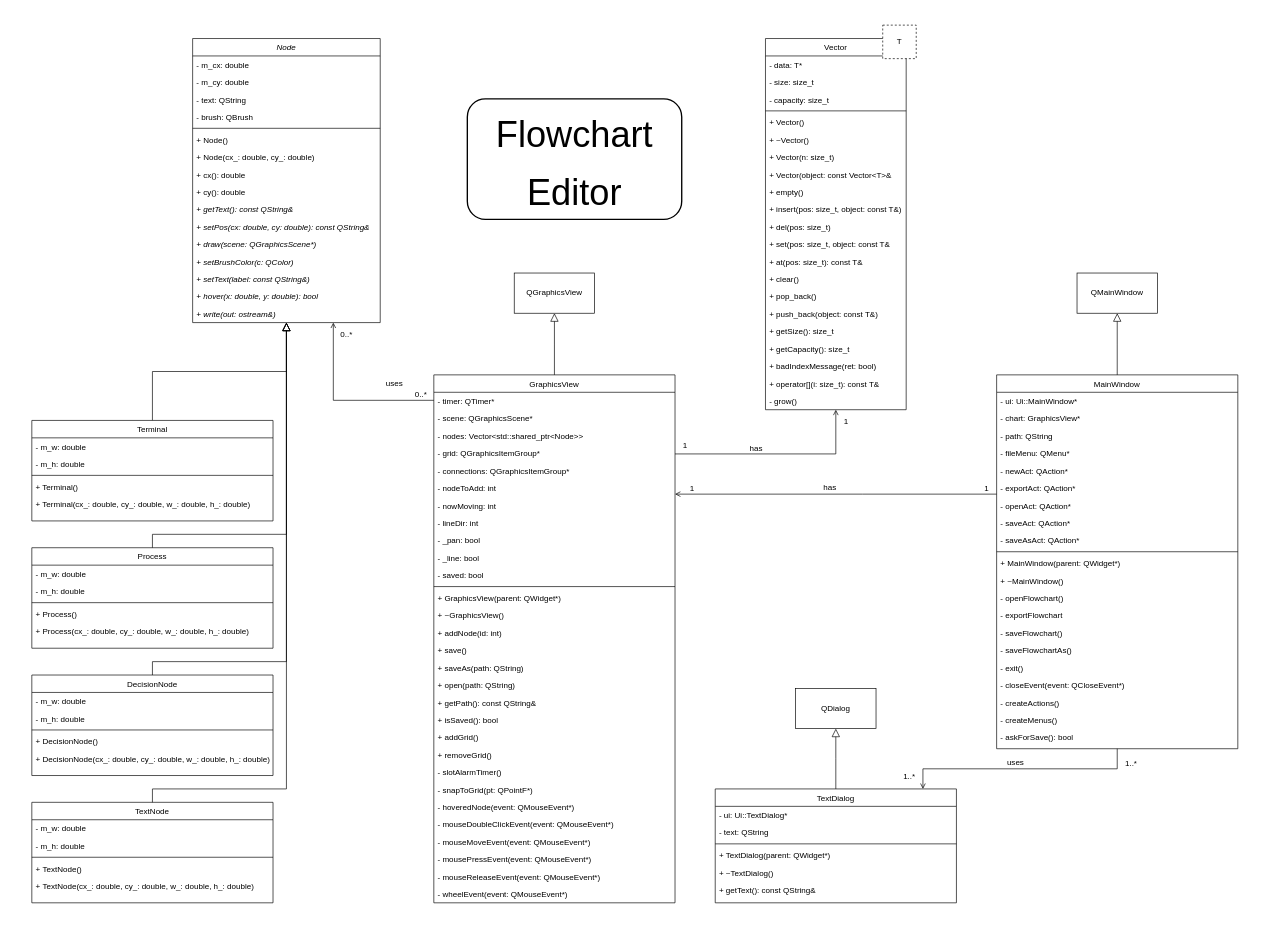
Above: diagram.drawio in KonstantAnxiety/Flowchart-Editor (draw.io), before the change. Source tidied: cells renumbered, new cells numbered last; positions are measured from the earlier drawing's top-left corner, leaving out a move shared by most shapes. Both pictures are drawn from the tidied source at 67%, with x=0, y=0 at pixel (11, 11).
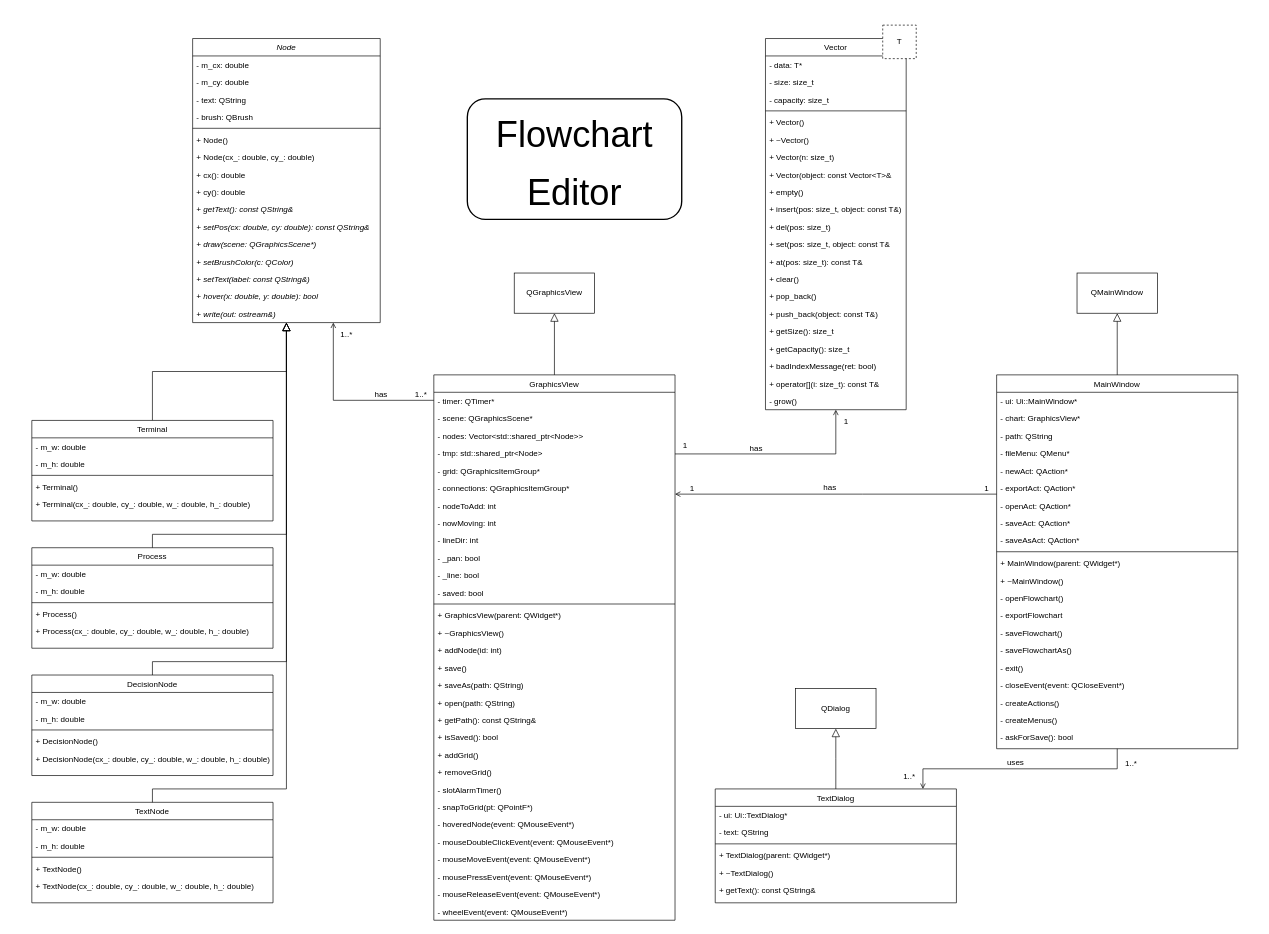
The same diagram, later.

Unchanged cells that the change refers to:
```xml
<mxCell id="149" style="endArrow=open;shadow=0;strokeWidth=1;rounded=0;endFill=1;edgeStyle=elbowEdgeStyle;elbow=vertical;" parent="1" edge="1" source="71" target="3">
  <mxGeometry x="0.5" y="41" relative="1" as="geometry">
    <Array as="points">
      <mxPoint x="480" y="580" />
      <mxPoint x="500" y="580" />
      <mxPoint x="470" y="580" />
      <mxPoint x="610" y="660" />
      <mxPoint x="470" y="1330" />
      <mxPoint x="640" y="1520" />
      <mxPoint x="610" y="1540" />
    </Array>
    <mxPoint x="-40" y="32" as="offset" />
  </mxGeometry>
</mxCell>
```

Diff of the diagram source:
```diff
@@
     <mxCell id="71" value="GraphicsView" style="swimlane;fontStyle=0;align=center;verticalAlign=top;horizontal=1;startSize=26;rounded=0;shadow=0;strokeWidth=1;" parent="1" vertex="1">
-      <mxGeometry x="630" y="542" width="360" height="788" as="geometry" />
+      <mxGeometry x="630" y="542" width="360" height="814" as="geometry" />
     </mxCell>
@@
+    <mxCell id="154" value="- tmp: std::shared_ptr&lt;Node&gt;" style="text;align=left;verticalAlign=top;spacingLeft=4;spacingRight=4;overflow=hidden;rounded=0;shadow=0;html=0;" parent="71" vertex="1">
+      <mxGeometry y="104" width="360" height="26" as="geometry" />
+    </mxCell>
     <mxCell id="75" value="- grid: QGraphicsItemGroup*" style="text;align=left;verticalAlign=top;spacingLeft=4;spacingRight=4;overflow=hidden;rounded=0;shadow=0;html=0;" parent="71" vertex="1">
-      <mxGeometry y="104" width="360" height="26" as="geometry" />
+      <mxGeometry y="130" width="360" height="26" as="geometry" />
     </mxCell>
     <mxCell id="76" value="- connections: QGraphicsItemGroup*" style="text;align=left;verticalAlign=top;spacingLeft=4;spacingRight=4;overflow=hidden;rounded=0;shadow=0;html=0;" parent="71" vertex="1">
-      <mxGeometry y="130" width="360" height="26" as="geometry" />
+      <mxGeometry y="156" width="360" height="26" as="geometry" />
     </mxCell>
     <mxCell id="77" value="- nodeToAdd: int" style="text;align=left;verticalAlign=top;spacingLeft=4;spacingRight=4;overflow=hidden;rounded=0;shadow=0;html=0;" parent="71" vertex="1">
-      <mxGeometry y="156" width="360" height="26" as="geometry" />
+      <mxGeometry y="182" width="360" height="26" as="geometry" />
     </mxCell>
     <mxCell id="78" value="- nowMoving: int" style="text;align=left;verticalAlign=top;spacingLeft=4;spacingRight=4;overflow=hidden;rounded=0;shadow=0;html=0;" parent="71" vertex="1">
-      <mxGeometry y="182" width="360" height="26" as="geometry" />
+      <mxGeometry y="208" width="360" height="26" as="geometry" />
     </mxCell>
     <mxCell id="79" value="- lineDir: int" style="text;align=left;verticalAlign=top;spacingLeft=4;spacingRight=4;overflow=hidden;rounded=0;shadow=0;html=0;" parent="71" vertex="1">
-      <mxGeometry y="208" width="360" height="26" as="geometry" />
+      <mxGeometry y="234" width="360" height="26" as="geometry" />
     </mxCell>
     <mxCell id="80" value="- _pan: bool" style="text;align=left;verticalAlign=top;spacingLeft=4;spacingRight=4;overflow=hidden;rounded=0;shadow=0;html=0;" parent="71" vertex="1">
-      <mxGeometry y="234" width="360" height="26" as="geometry" />
+      <mxGeometry y="260" width="360" height="26" as="geometry" />
     </mxCell>
     <mxCell id="81" value="- _line: bool" style="text;align=left;verticalAlign=top;spacingLeft=4;spacingRight=4;overflow=hidden;rounded=0;shadow=0;html=0;" parent="71" vertex="1">
-      <mxGeometry y="260" width="360" height="26" as="geometry" />
+      <mxGeometry y="286" width="360" height="26" as="geometry" />
     </mxCell>
     <mxCell id="82" value="- saved: bool" style="text;align=left;verticalAlign=top;spacingLeft=4;spacingRight=4;overflow=hidden;rounded=0;shadow=0;html=0;" parent="71" vertex="1">
-      <mxGeometry y="286" width="360" height="26" as="geometry" />
+      <mxGeometry y="312" width="360" height="26" as="geometry" />
     </mxCell>
     <mxCell id="83" style="line;html=1;strokeWidth=1;align=left;verticalAlign=middle;spacingTop=-1;spacingLeft=3;spacingRight=3;labelPosition=right;" parent="71" vertex="1">
-      <mxGeometry y="312" width="360" height="8" as="geometry" />
+      <mxGeometry y="338" width="360" height="8" as="geometry" />
     </mxCell>
     <mxCell id="84" value="+ GraphicsView(parent: QWidget*)" style="text;align=left;verticalAlign=top;spacingLeft=4;spacingRight=4;overflow=hidden;" parent="71" vertex="1">
-      <mxGeometry y="320" width="360" height="26" as="geometry" />
+      <mxGeometry y="346" width="360" height="26" as="geometry" />
     </mxCell>
     <mxCell id="85" value="+ ~GraphicsView()" style="text;align=left;verticalAlign=top;spacingLeft=4;spacingRight=4;overflow=hidden;" parent="71" vertex="1">
-      <mxGeometry y="346" width="360" height="26" as="geometry" />
+      <mxGeometry y="372" width="360" height="26" as="geometry" />
     </mxCell>
     <mxCell id="86" value="+ addNode(id: int)" style="text;align=left;verticalAlign=top;spacingLeft=4;spacingRight=4;overflow=hidden;" parent="71" vertex="1">
-      <mxGeometry y="372" width="360" height="26" as="geometry" />
+      <mxGeometry y="398" width="360" height="26" as="geometry" />
     </mxCell>
     <mxCell id="87" value="+ save()" style="text;align=left;verticalAlign=top;spacingLeft=4;spacingRight=4;overflow=hidden;" parent="71" vertex="1">
-      <mxGeometry y="398" width="360" height="26" as="geometry" />
+      <mxGeometry y="424" width="360" height="26" as="geometry" />
     </mxCell>
     <mxCell id="88" value="+ saveAs(path: QString)" style="text;align=left;verticalAlign=top;spacingLeft=4;spacingRight=4;overflow=hidden;" parent="71" vertex="1">
-      <mxGeometry y="424" width="360" height="26" as="geometry" />
+      <mxGeometry y="450" width="360" height="26" as="geometry" />
     </mxCell>
     <mxCell id="89" value="+ open(path: QString)" style="text;align=left;verticalAlign=top;spacingLeft=4;spacingRight=4;overflow=hidden;" parent="71" vertex="1">
-      <mxGeometry y="450" width="360" height="26" as="geometry" />
+      <mxGeometry y="476" width="360" height="26" as="geometry" />
     </mxCell>
     <mxCell id="90" value="+ getPath(): const QString&amp;" style="text;align=left;verticalAlign=top;spacingLeft=4;spacingRight=4;overflow=hidden;" parent="71" vertex="1">
-      <mxGeometry y="476" width="360" height="26" as="geometry" />
+      <mxGeometry y="502" width="360" height="26" as="geometry" />
     </mxCell>
     <mxCell id="91" value="+ isSaved(): bool" style="text;align=left;verticalAlign=top;spacingLeft=4;spacingRight=4;overflow=hidden;" parent="71" vertex="1">
-      <mxGeometry y="502" width="360" height="26" as="geometry" />
+      <mxGeometry y="528" width="360" height="26" as="geometry" />
     </mxCell>
     <mxCell id="92" value="+ addGrid()" style="text;align=left;verticalAlign=top;spacingLeft=4;spacingRight=4;overflow=hidden;" parent="71" vertex="1">
-      <mxGeometry y="528" width="360" height="26" as="geometry" />
+      <mxGeometry y="554" width="360" height="26" as="geometry" />
     </mxCell>
     <mxCell id="93" value="+ removeGrid()" style="text;align=left;verticalAlign=top;spacingLeft=4;spacingRight=4;overflow=hidden;" parent="71" vertex="1">
-      <mxGeometry y="554" width="360" height="26" as="geometry" />
+      <mxGeometry y="580" width="360" height="26" as="geometry" />
     </mxCell>
     <mxCell id="94" value="- slotAlarmTimer()" style="text;align=left;verticalAlign=top;spacingLeft=4;spacingRight=4;overflow=hidden;" parent="71" vertex="1">
-      <mxGeometry y="580" width="360" height="26" as="geometry" />
+      <mxGeometry y="606" width="360" height="26" as="geometry" />
     </mxCell>
     <mxCell id="95" value="- snapToGrid(pt: QPointF*)" style="text;align=left;verticalAlign=top;spacingLeft=4;spacingRight=4;overflow=hidden;" parent="71" vertex="1">
-      <mxGeometry y="606" width="360" height="26" as="geometry" />
+      <mxGeometry y="632" width="360" height="26" as="geometry" />
     </mxCell>
     <mxCell id="96" value="- hoveredNode(event: QMouseEvent*)" style="text;align=left;verticalAlign=top;spacingLeft=4;spacingRight=4;overflow=hidden;" parent="71" vertex="1">
-      <mxGeometry y="632" width="360" height="26" as="geometry" />
+      <mxGeometry y="658" width="360" height="26" as="geometry" />
     </mxCell>
     <mxCell id="97" value="- mouseDoubleClickEvent(event: QMouseEvent*)" style="text;align=left;verticalAlign=top;spacingLeft=4;spacingRight=4;overflow=hidden;" parent="71" vertex="1">
-      <mxGeometry y="658" width="360" height="26" as="geometry" />
+      <mxGeometry y="684" width="360" height="26" as="geometry" />
     </mxCell>
     <mxCell id="98" value="- mouseMoveEvent(event: QMouseEvent*)" style="text;align=left;verticalAlign=top;spacingLeft=4;spacingRight=4;overflow=hidden;" parent="71" vertex="1">
-      <mxGeometry y="684" width="360" height="26" as="geometry" />
+      <mxGeometry y="710" width="360" height="26" as="geometry" />
     </mxCell>
     <mxCell id="99" value="- mousePressEvent(event: QMouseEvent*)" style="text;align=left;verticalAlign=top;spacingLeft=4;spacingRight=4;overflow=hidden;" parent="71" vertex="1">
-      <mxGeometry y="710" width="360" height="26" as="geometry" />
+      <mxGeometry y="736" width="360" height="26" as="geometry" />
     </mxCell>
     <mxCell id="100" value="- mouseReleaseEvent(event: QMouseEvent*)" style="text;align=left;verticalAlign=top;spacingLeft=4;spacingRight=4;overflow=hidden;" parent="71" vertex="1">
-      <mxGeometry y="736" width="360" height="26" as="geometry" />
+      <mxGeometry y="762" width="360" height="26" as="geometry" />
     </mxCell>
     <mxCell id="101" value="- wheelEvent(event: QMouseEvent*)" style="text;align=left;verticalAlign=top;spacingLeft=4;spacingRight=4;overflow=hidden;" parent="71" vertex="1">
-      <mxGeometry y="762" width="360" height="26" as="geometry" />
+      <mxGeometry y="788" width="360" height="26" as="geometry" />
     </mxCell>
@@
-    <mxCell id="150" value="0..*" style="align=left;verticalAlign=bottom;labelBackgroundColor=none;fontSize=12;" parent="149" vertex="1">
+    <mxCell id="150" value="1..*" style="align=left;verticalAlign=bottom;labelBackgroundColor=none;fontSize=12;" parent="149" vertex="1">
       <mxGeometry x="-1" relative="1" as="geometry">
         <mxPoint x="-30" as="offset" />
       </mxGeometry>
     </mxCell>
-    <mxCell id="151" value="0..*" style="align=right;verticalAlign=bottom;labelBackgroundColor=none;fontSize=12;" parent="149" vertex="1">
+    <mxCell id="151" value="1..*" style="align=right;verticalAlign=bottom;labelBackgroundColor=none;fontSize=12;" parent="149" vertex="1">
       <mxGeometry x="1" relative="1" as="geometry">
         <mxPoint x="30" y="25.9" as="offset" />
       </mxGeometry>
     </mxCell>
-    <mxCell id="152" value="uses" style="text;html=1;align=center;verticalAlign=middle;labelBackgroundColor=none;rounded=0;shadow=0;strokeWidth=1;fontSize=12;" parent="149" vertex="1">
+    <mxCell id="152" value="has" style="text;html=1;align=center;verticalAlign=middle;labelBackgroundColor=none;rounded=0;shadow=0;strokeWidth=1;fontSize=12;" parent="149" vertex="1">
       <mxGeometry x="0.5" y="49" relative="1" as="geometry">
-        <mxPoint x="139" y="24.8" as="offset" />
+        <mxPoint x="119" y="40" as="offset" />
       </mxGeometry>
     </mxCell>
```
